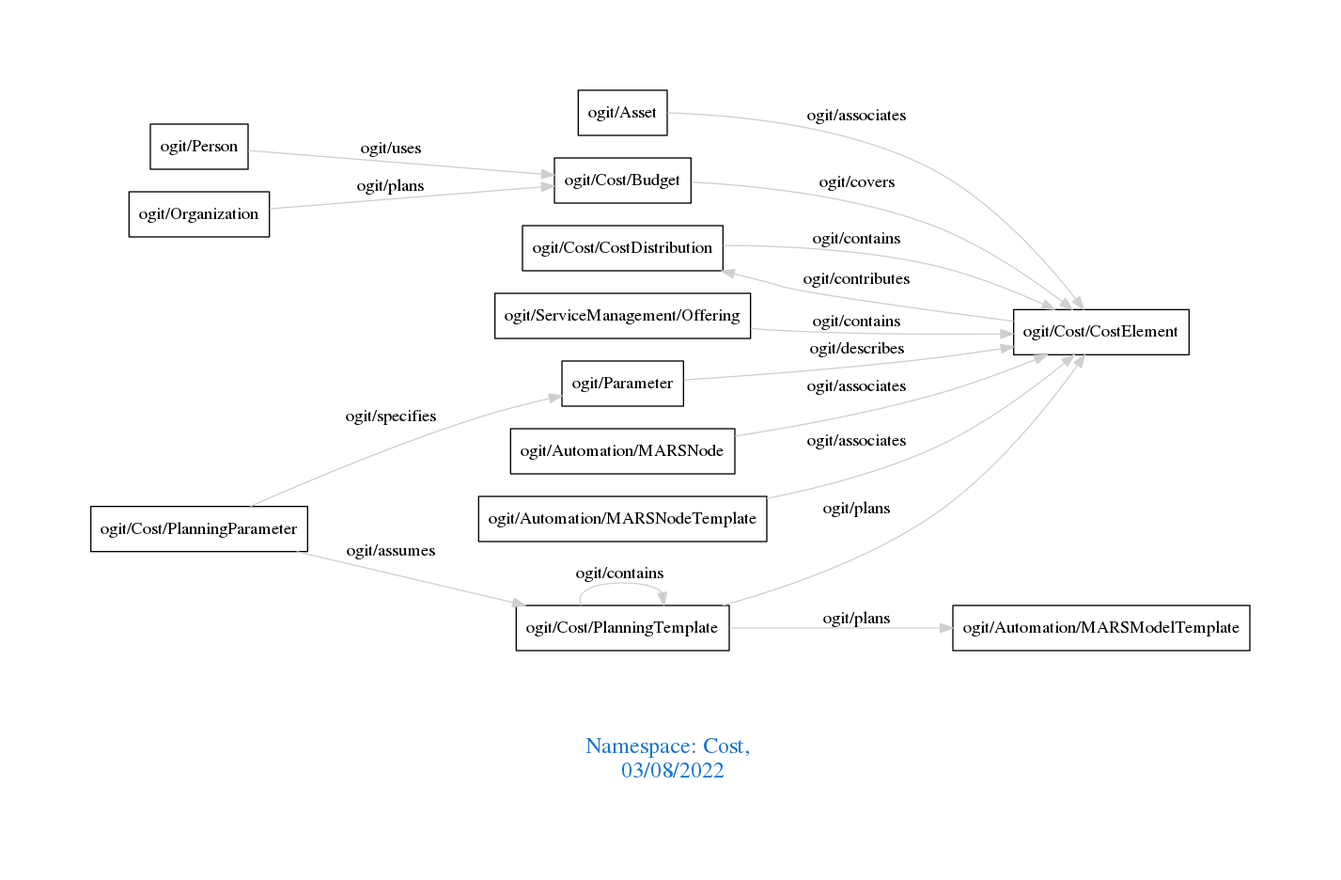
Above: downloads/Cost.png in arago/OGIT (Graphviz), before the change. Its source is kept beside it as downloads/Cost.dot.
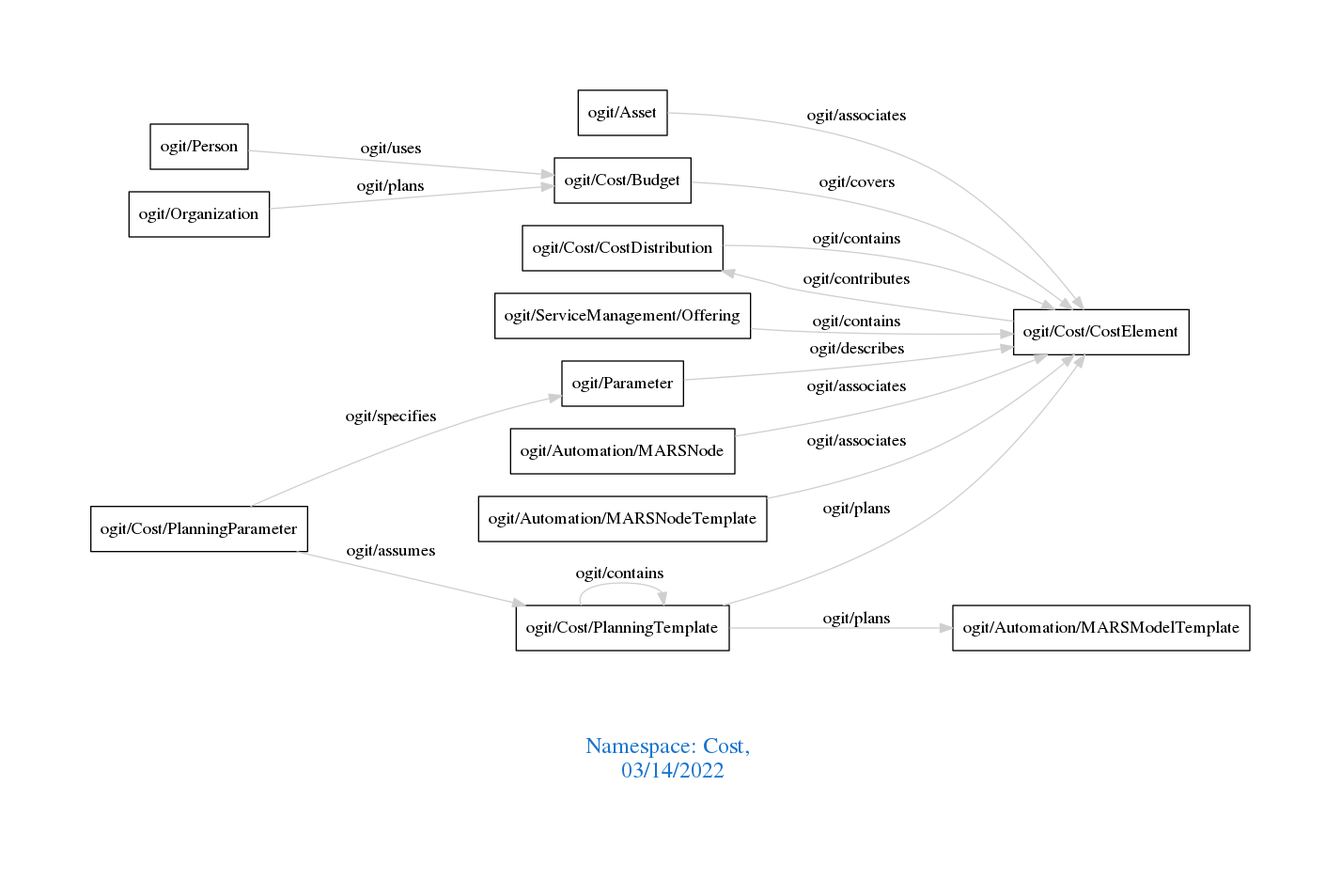
The same diagram one commit later.

Diff of the diagram source:
```diff
@@ -1,7 +1,7 @@
 digraph OGIT_ontology {
  graph [ rankdir= LR,pad=1
 fontsize = 18,
-fontcolor= dodgerblue3,label = "\n\n\nNamespace: Cost, \n 03/08/2022"];
+fontcolor= dodgerblue3,label = "\n\n\nNamespace: Cost, \n 03/14/2022"];
 node[shape=polygon];
 edge [  color="gray81"];
 
```
